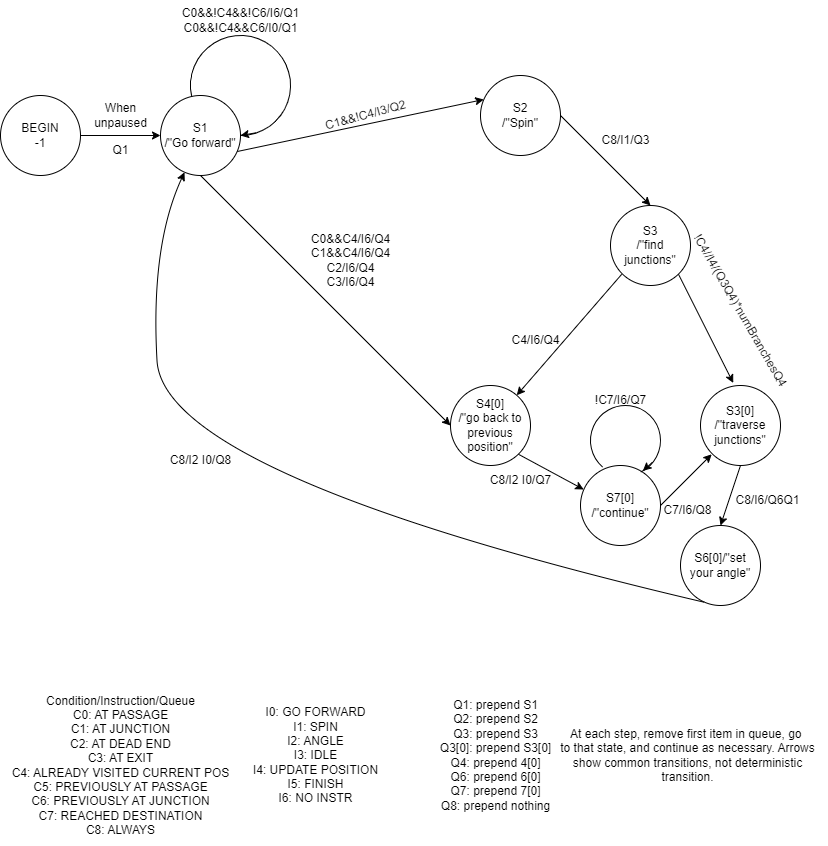
Earlier version of the draw.io export Documentation/Report/ServerStateMachine.png (ben5049/EEEBalanceBug). Source tidied: cells renumbered, new cells last; positions are measured from the earlier drawing's top-left corner, leaving out a move shared by most shapes. Source of this version:
```xml
<mxGraphModel>
  <root>
    <mxCell id="0" />
    <mxCell id="1" parent="0" />
    <mxCell id="2" value="BEGIN&lt;br&gt;-1" style="ellipse;whiteSpace=wrap;html=1;points=[[0,0.5,0,0,0],[0.04,0.3,0,0,0],[0.04,0.7,0,0,0],[0.14,0.14,0,0,0],[0.14,0.86,0,0,0],[0.3,0.04,0,0,0],[0.3,0.96,0,0,0],[0.5,0,0,0,0],[0.5,1,0,0,0],[0.69,0.04,0,0,0],[0.69,0.96,0,0,0],[0.85,0.14,0,0,0],[0.85,0.86,0,0,0],[0.96,0.3,0,0,0],[0.96,0.7,0,0,0],[1,0.5,0,0,0]];" parent="1" vertex="1">
      <mxGeometry y="95" width="80" height="80" as="geometry" />
    </mxCell>
    <mxCell id="3" value="S1&lt;br&gt;/&quot;Go forward&quot;" style="ellipse;whiteSpace=wrap;html=1;points=[[0,0.5,0,0,0],[0.04,0.3,0,0,0],[0.04,0.7,0,0,0],[0.14,0.14,0,0,0],[0.14,0.86,0,0,0],[0.3,0.04,0,0,0],[0.3,0.96,0,0,0],[0.5,0,0,0,0],[0.5,1,0,0,0],[0.69,0.04,0,0,0],[0.69,0.96,0,0,0],[0.85,0.14,0,0,0],[0.85,0.86,0,0,0],[0.96,0.3,0,0,0],[0.96,0.7,0,0,0],[1,0.5,0,0,0]];" parent="1" vertex="1">
      <mxGeometry x="160" y="95" width="80" height="80" as="geometry" />
    </mxCell>
    <mxCell id="4" value="S2&lt;br&gt;/&quot;Spin&quot;" style="ellipse;whiteSpace=wrap;html=1;points=[[0,0.5,0,0,0],[0.04,0.3,0,0,0],[0.04,0.7,0,0,0],[0.14,0.14,0,0,0],[0.14,0.86,0,0,0],[0.3,0.04,0,0,0],[0.3,0.96,0,0,0],[0.5,0,0,0,0],[0.5,1,0,0,0],[0.69,0.04,0,0,0],[0.69,0.96,0,0,0],[0.85,0.14,0,0,0],[0.85,0.86,0,0,0],[0.96,0.3,0,0,0],[0.96,0.7,0,0,0],[1,0.5,0,0,0]];" parent="1" vertex="1">
      <mxGeometry x="480" y="75" width="80" height="80" as="geometry" />
    </mxCell>
    <mxCell id="5" value="S3&lt;br&gt;/&quot;find junctions&quot;" style="ellipse;whiteSpace=wrap;html=1;points=[[0,0.5,0,0,0],[0.04,0.3,0,0,0],[0.04,0.7,0,0,0],[0.14,0.14,0,0,0],[0.14,0.86,0,0,0],[0.3,0.04,0,0,0],[0.3,0.96,0,0,0],[0.5,0,0,0,0],[0.5,1,0,0,0],[0.69,0.04,0,0,0],[0.69,0.96,0,0,0],[0.85,0.14,0,0,0],[0.85,0.86,0,0,0],[0.96,0.3,0,0,0],[0.96,0.7,0,0,0],[1,0.5,0,0,0]];" parent="1" vertex="1">
      <mxGeometry x="610" y="205" width="80" height="80" as="geometry" />
    </mxCell>
    <mxCell id="6" value="S3[0]&lt;br&gt;/&quot;traverse junctions&quot;" style="ellipse;whiteSpace=wrap;html=1;points=[[0,0.5,0,0,0],[0.04,0.3,0,0,0],[0.04,0.7,0,0,0],[0.14,0.14,0,0,0],[0.14,0.86,0,0,0],[0.3,0.04,0,0,0],[0.3,0.96,0,0,0],[0.5,0,0,0,0],[0.5,1,0,0,0],[0.69,0.04,0,0,0],[0.69,0.96,0,0,0],[0.85,0.14,0,0,0],[0.85,0.86,0,0,0],[0.96,0.3,0,0,0],[0.96,0.7,0,0,0],[1,0.5,0,0,0]];" parent="1" vertex="1">
      <mxGeometry x="700" y="385" width="80" height="80" as="geometry" />
    </mxCell>
    <mxCell id="7" value="S4[0]&lt;br&gt;/&quot;go back to previous position&quot;" style="ellipse;whiteSpace=wrap;html=1;points=[[0,0.5,0,0,0],[0.04,0.3,0,0,0],[0.04,0.7,0,0,0],[0.14,0.14,0,0,0],[0.14,0.86,0,0,0],[0.3,0.04,0,0,0],[0.3,0.96,0,0,0],[0.5,0,0,0,0],[0.5,1,0,0,0],[0.69,0.04,0,0,0],[0.69,0.96,0,0,0],[0.85,0.14,0,0,0],[0.85,0.86,0,0,0],[0.96,0.3,0,0,0],[0.96,0.7,0,0,0],[1,0.5,0,0,0]];" parent="1" vertex="1">
      <mxGeometry x="450" y="385" width="80" height="80" as="geometry" />
    </mxCell>
    <mxCell id="8" value="S6[0]/&quot;set your angle&quot;" style="ellipse;whiteSpace=wrap;html=1;points=[[0,0.5,0,0,0],[0.04,0.3,0,0,0],[0.04,0.7,0,0,0],[0.14,0.14,0,0,0],[0.14,0.86,0,0,0],[0.3,0.04,0,0,0],[0.3,0.96,0,0,0],[0.5,0,0,0,0],[0.5,1,0,0,0],[0.69,0.04,0,0,0],[0.69,0.96,0,0,0],[0.85,0.14,0,0,0],[0.85,0.86,0,0,0],[0.96,0.3,0,0,0],[0.96,0.7,0,0,0],[1,0.5,0,0,0]];" parent="1" vertex="1">
      <mxGeometry x="680" y="525" width="80" height="80" as="geometry" />
    </mxCell>
    <mxCell id="9" value="S7[0]&lt;br&gt;/&quot;continue&quot;" style="ellipse;whiteSpace=wrap;html=1;points=[[0,0.5,0,0,0],[0.04,0.3,0,0,0],[0.04,0.7,0,0,0],[0.14,0.14,0,0,0],[0.14,0.86,0,0,0],[0.3,0.04,0,0,0],[0.3,0.96,0,0,0],[0.5,0,0,0,0],[0.5,1,0,0,0],[0.69,0.04,0,0,0],[0.69,0.96,0,0,0],[0.85,0.14,0,0,0],[0.85,0.86,0,0,0],[0.96,0.3,0,0,0],[0.96,0.7,0,0,0],[1,0.5,0,0,0]];" parent="1" vertex="1">
      <mxGeometry x="580" y="465" width="80" height="80" as="geometry" />
    </mxCell>
    <mxCell id="10" style="endArrow=classic;html=1;rounded=0;exitX=1;exitY=0.5;exitDx=0;exitDy=0;exitPerimeter=0;" parent="1" edge="1" source="2" target="3">
      <mxGeometry relative="1" as="geometry" />
    </mxCell>
    <mxCell id="11" value="Condition/Instruction/Queue&lt;br&gt;C0: AT PASSAGE&lt;br&gt;C1: AT JUNCTION&lt;br&gt;C2: AT DEAD END&lt;br&gt;C3: AT EXIT&lt;br&gt;C4: ALREADY VISITED CURRENT POS&lt;br&gt;C5: PREVIOUSLY AT PASSAGE&lt;br&gt;C6: PREVIOUSLY AT JUNCTION&lt;br&gt;C7: REACHED DESTINATION&lt;br&gt;C8: ALWAYS" style="text;html=1;align=center;verticalAlign=middle;strokeColor=none;fillColor=none;" parent="1" vertex="1">
      <mxGeometry y="685" width="240" height="160" as="geometry" />
    </mxCell>
    <mxCell id="12" value="I0: GO FORWARD&lt;br&gt;I1: SPIN&lt;br&gt;I2: ANGLE&lt;br&gt;I3: IDLE&lt;br&gt;I4: UPDATE POSITION&lt;br&gt;I5: FINISH&lt;br&gt;I6: NO INSTR" style="text;html=1;align=center;verticalAlign=middle;strokeColor=none;fillColor=none;" parent="1" vertex="1">
      <mxGeometry x="240" y="700" width="150" height="110" as="geometry" />
    </mxCell>
    <mxCell id="13" value="Q1: prepend S1&lt;br&gt;Q2: prepend S2&lt;br&gt;Q3: prepend S3&lt;br&gt;Q3[0]: prepend S3[0]&lt;br&gt;Q4: prepend 4[0]&lt;br&gt;Q6: prepend 6[0]&lt;br&gt;Q7: prepend 7[0]&lt;br&gt;Q8: prepend nothing" style="text;html=1;align=center;verticalAlign=middle;strokeColor=none;fillColor=none;" parent="1" vertex="1">
      <mxGeometry x="430" y="690" width="130" height="130" as="geometry" />
    </mxCell>
    <mxCell id="14" value="When &lt;br&gt;unpaused" style="text;html=1;align=center;verticalAlign=middle;strokeColor=none;fillColor=none;" parent="1" vertex="1">
      <mxGeometry x="80" y="95" width="80" height="40" as="geometry" />
    </mxCell>
    <mxCell id="15" style="verticalLabelPosition=bottom;verticalAlign=top;html=1;shape=mxgraph.basic.arc;startAngle=0.33947479923242707;endAngle=0.125;rotation=-225;" parent="1" vertex="1">
      <mxGeometry x="190" y="35" width="100" height="100" as="geometry" />
    </mxCell>
    <mxCell id="16" style="endArrow=classic;html=1;rounded=0;entryX=1;entryY=0.5;entryDx=0;entryDy=0;entryPerimeter=0;exitX=0.725;exitY=0.056;exitDx=0;exitDy=0;exitPerimeter=0;" parent="1" edge="1" source="15" target="3">
      <mxGeometry relative="1" as="geometry" />
    </mxCell>
    <mxCell id="17" value="C0&amp;amp;&amp;amp;!C4&amp;amp;&amp;amp;!C6/I6/Q1&lt;br&gt;C0&amp;amp;&amp;amp;!C4&amp;amp;&amp;amp;C6/I0/Q1" style="text;html=1;align=center;verticalAlign=middle;strokeColor=none;fillColor=none;" parent="1" vertex="1">
      <mxGeometry x="170" width="140" height="40" as="geometry" />
    </mxCell>
    <mxCell id="18" style="endArrow=classic;html=1;rounded=0;exitX=0.5;exitY=1;exitDx=0;exitDy=0;exitPerimeter=0;entryX=0;entryY=0.5;entryDx=0;entryDy=0;entryPerimeter=0;" parent="1" edge="1" source="3" target="7">
      <mxGeometry relative="1" as="geometry" />
    </mxCell>
    <mxCell id="19" value="C0&amp;amp;&amp;amp;C4/I6/Q4&lt;br&gt;C1&amp;amp;&amp;amp;C4/I6/Q4&lt;br&gt;C2/I6/Q4&lt;br&gt;C3/I6/Q4" style="text;html=1;align=center;verticalAlign=middle;strokeColor=none;fillColor=none;rotation=0;" parent="1" vertex="1">
      <mxGeometry x="300" y="225" width="100" height="70" as="geometry" />
    </mxCell>
    <mxCell id="20" style="endArrow=classic;html=1;rounded=0;exitX=0.96;exitY=0.7;exitDx=0;exitDy=0;exitPerimeter=0;entryX=0.04;entryY=0.3;entryDx=0;entryDy=0;entryPerimeter=0;" parent="1" edge="1" source="3" target="4">
      <mxGeometry relative="1" as="geometry" />
    </mxCell>
    <mxCell id="21" value="C1&amp;amp;&amp;amp;!C4/I3/Q2" style="text;html=1;align=center;verticalAlign=middle;strokeColor=none;fillColor=none;rotation=-15;" parent="1" vertex="1">
      <mxGeometry x="310" y="100" width="110" height="30" as="geometry" />
    </mxCell>
    <mxCell id="22" style="endArrow=classic;html=1;rounded=0;exitX=1;exitY=0.5;exitDx=0;exitDy=0;exitPerimeter=0;entryX=0.5;entryY=0;entryDx=0;entryDy=0;entryPerimeter=0;" parent="1" edge="1" source="4" target="5">
      <mxGeometry relative="1" as="geometry" />
    </mxCell>
    <mxCell id="23" value="C8/I1/Q3" style="text;html=1;align=center;verticalAlign=middle;strokeColor=none;fillColor=none;" parent="1" vertex="1">
      <mxGeometry x="590" y="125" width="70" height="30" as="geometry" />
    </mxCell>
    <mxCell id="24" style="endArrow=classic;html=1;rounded=0;exitX=0.14;exitY=0.86;exitDx=0;exitDy=0;exitPerimeter=0;" parent="1" edge="1" source="5" target="7">
      <mxGeometry relative="1" as="geometry" />
    </mxCell>
    <mxCell id="25" value="C4/I6/Q4" style="text;html=1;align=center;verticalAlign=middle;strokeColor=none;fillColor=none;rotation=0;" parent="1" vertex="1">
      <mxGeometry x="500" y="325" width="70" height="30" as="geometry" />
    </mxCell>
    <mxCell id="26" style="endArrow=classic;html=1;rounded=0;exitX=0.85;exitY=0.86;exitDx=0;exitDy=0;exitPerimeter=0;entryX=0.409;entryY=-0.032;entryDx=0;entryDy=0;entryPerimeter=0;" parent="1" edge="1" source="5" target="6">
      <mxGeometry relative="1" as="geometry" />
    </mxCell>
    <mxCell id="27" value="!C4//I4/(Q3Q4)*numBranchesQ4" style="text;html=1;align=center;verticalAlign=middle;strokeColor=none;fillColor=none;rotation=60;" parent="1" vertex="1">
      <mxGeometry x="640" y="295" width="200" height="30" as="geometry" />
    </mxCell>
    <mxCell id="28" value="At each step, remove first item in queue, go&amp;nbsp;&lt;br&gt;to that state, and continue as necessary. Arrows&lt;br&gt;show common transitions, not deterministic&lt;br&gt;transition." style="text;html=1;align=center;verticalAlign=middle;strokeColor=none;fillColor=none;" parent="1" vertex="1">
      <mxGeometry x="547" y="720" width="280" height="70" as="geometry" />
    </mxCell>
    <mxCell id="29" value="Q1" style="text;html=1;align=center;verticalAlign=middle;strokeColor=none;fillColor=none;" parent="1" vertex="1">
      <mxGeometry x="100" y="135" width="40" height="30" as="geometry" />
    </mxCell>
    <mxCell id="30" style="endArrow=classic;html=1;rounded=0;exitX=0.5;exitY=1;exitDx=0;exitDy=0;exitPerimeter=0;entryX=0.5;entryY=0;entryDx=0;entryDy=0;entryPerimeter=0;" parent="1" edge="1" source="6" target="8">
      <mxGeometry relative="1" as="geometry" />
    </mxCell>
    <mxCell id="31" value="C8/I6/Q6Q1" style="text;html=1;align=center;verticalAlign=middle;strokeColor=none;fillColor=none;" parent="1" vertex="1">
      <mxGeometry x="722" y="485" width="90" height="30" as="geometry" />
    </mxCell>
    <mxCell id="32" value="C8/I2 I0/Q8" style="text;html=1;align=center;verticalAlign=middle;strokeColor=none;fillColor=none;" parent="1" vertex="1">
      <mxGeometry x="160" y="445" width="80" height="30" as="geometry" />
    </mxCell>
    <mxCell id="33" style="curved=1;endArrow=classic;html=1;rounded=0;exitX=0.3;exitY=0.96;exitDx=0;exitDy=0;exitPerimeter=0;entryX=0.3;entryY=0.96;entryDx=0;entryDy=0;entryPerimeter=0;" parent="1" edge="1" source="8" target="3">
      <mxGeometry relative="1" as="geometry">
        <Array as="points">
          <mxPoint x="163" y="475" />
          <mxPoint x="150" y="245" />
        </Array>
      </mxGeometry>
    </mxCell>
    <mxCell id="34" style="endArrow=classic;html=1;rounded=0;exitX=0.85;exitY=0.86;exitDx=0;exitDy=0;exitPerimeter=0;entryX=0.04;entryY=0.3;entryDx=0;entryDy=0;entryPerimeter=0;" parent="1" edge="1" source="7" target="9">
      <mxGeometry relative="1" as="geometry" />
    </mxCell>
    <mxCell id="35" value="C8/I2 I0/Q7" style="text;html=1;align=center;verticalAlign=middle;strokeColor=none;fillColor=none;" parent="1" vertex="1">
      <mxGeometry x="480" y="465" width="80" height="30" as="geometry" />
    </mxCell>
    <mxCell id="36" style="verticalLabelPosition=bottom;verticalAlign=top;html=1;shape=mxgraph.basic.arc;startAngle=0.2798832419121945;endAngle=0.09498779278461322;rotation=120;" parent="1" vertex="1">
      <mxGeometry x="590" y="405" width="70" height="70" as="geometry" />
    </mxCell>
    <mxCell id="37" style="endArrow=classic;html=1;rounded=0;entryX=0.751;entryY=0.068;entryDx=0;entryDy=0;entryPerimeter=0;exitX=0.577;exitY=0.012;exitDx=0;exitDy=0;exitPerimeter=0;" parent="1" edge="1" source="36" target="36">
      <mxGeometry relative="1" as="geometry" />
    </mxCell>
    <mxCell id="38" value="!C7/I6/Q7" style="text;html=1;align=center;verticalAlign=middle;strokeColor=none;fillColor=none;" parent="1" vertex="1">
      <mxGeometry x="585" y="385" width="70" height="30" as="geometry" />
    </mxCell>
    <mxCell id="39" style="endArrow=classic;html=1;rounded=0;exitX=1;exitY=0.5;exitDx=0;exitDy=0;exitPerimeter=0;entryX=0.14;entryY=0.86;entryDx=0;entryDy=0;entryPerimeter=0;" parent="1" edge="1" source="9" target="6">
      <mxGeometry relative="1" as="geometry" />
    </mxCell>
    <mxCell id="40" value="C7/I6/Q8" style="text;html=1;align=center;verticalAlign=middle;strokeColor=none;fillColor=none;rotation=0;" parent="1" vertex="1">
      <mxGeometry x="652" y="495" width="70" height="30" as="geometry" />
    </mxCell>
  </root>
</mxGraphModel>
```
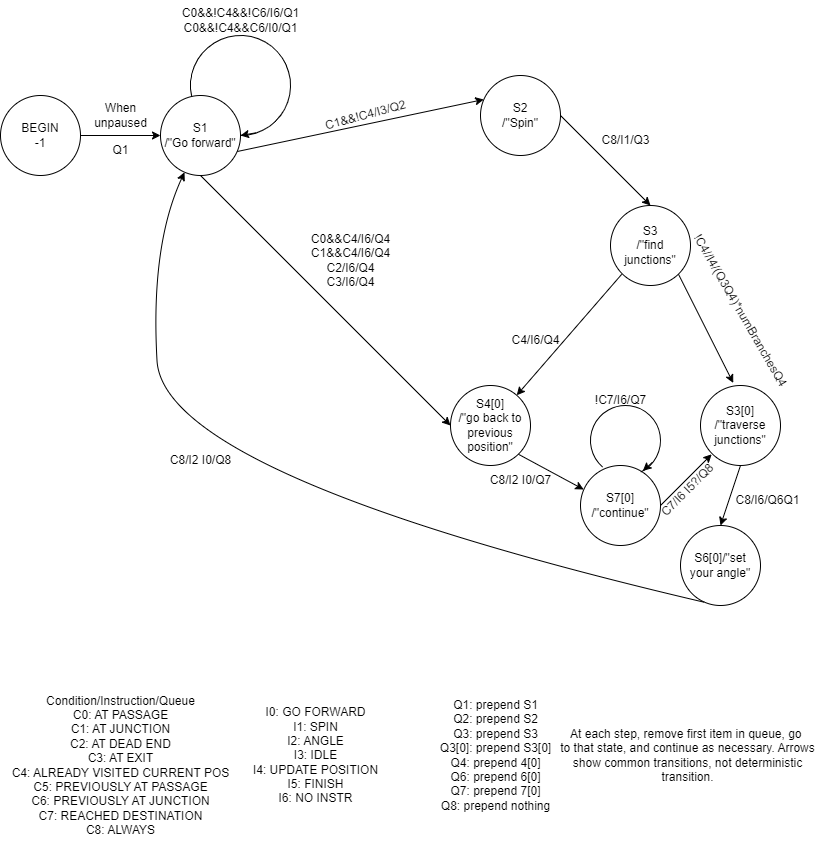
After the change.

Commit message:
update server state machine png

Diff of the diagram source:
```diff
@@ -121,8 +121,8 @@
     <mxCell id="39" style="endArrow=classic;html=1;rounded=0;exitX=1;exitY=0.5;exitDx=0;exitDy=0;exitPerimeter=0;entryX=0.14;entryY=0.86;entryDx=0;entryDy=0;entryPerimeter=0;" parent="1" edge="1" source="9" target="6">
       <mxGeometry relative="1" as="geometry" />
     </mxCell>
-    <mxCell id="40" value="C7/I6/Q8" style="text;html=1;align=center;verticalAlign=middle;strokeColor=none;fillColor=none;rotation=0;" parent="1" vertex="1">
-      <mxGeometry x="652" y="495" width="70" height="30" as="geometry" />
+    <mxCell id="40" value="C7/I6 I5?/Q8" style="text;html=1;align=center;verticalAlign=middle;strokeColor=none;fillColor=none;rotation=-45;" parent="1" vertex="1">
+      <mxGeometry x="642" y="475" width="90" height="30" as="geometry" />
     </mxCell>
   </root>
 </mxGraphModel>
```
